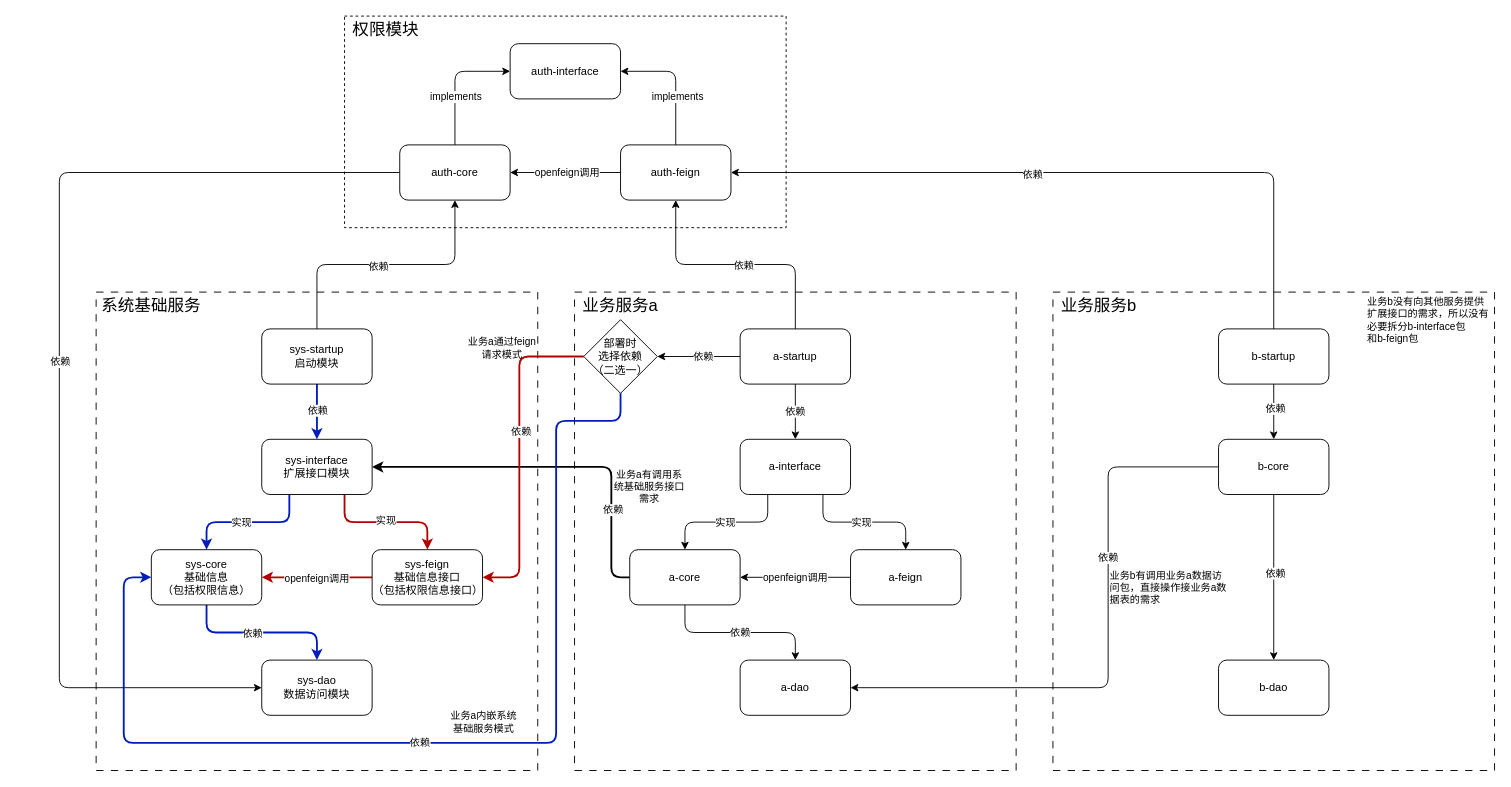
This is 服务模块设计/模块设计图.drawio from codeyunze/drawio, a draw.io file, before an edit. Source tidied: cells renumbered, new cells numbered last; positions are measured from the earlier drawing's top-left corner, leaving out a move shared by most shapes. Both pictures are drawn from the tidied source at 92%, with x=0, y=0 at pixel (59, 16).
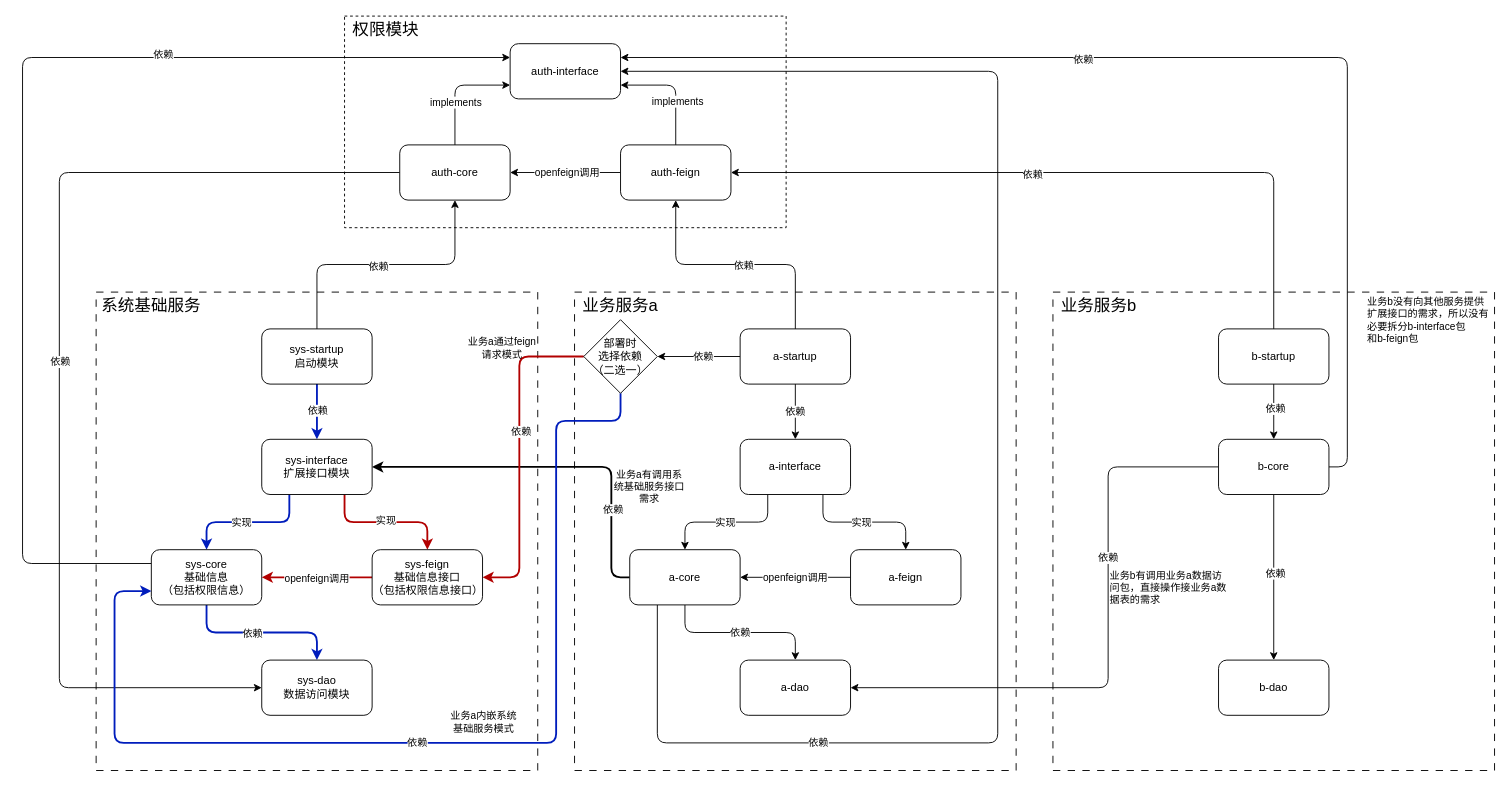
After the change.

Commit message:
更新模块设计图.drawio

Unchanged cells that the change refers to:
```xml
<mxCell id="6" value="&lt;span style=&quot;background-color: transparent; color: light-dark(rgb(0, 0, 0), rgb(255, 255, 255));&quot;&gt;auth-interface&lt;/span&gt;" style="rounded=1;whiteSpace=wrap;html=1;" parent="1" vertex="1">
  <mxGeometry x="490" y="30" width="120" height="60" as="geometry" />
</mxCell>
<mxCell id="11" value="&lt;span style=&quot;background-color: transparent; color: light-dark(rgb(0, 0, 0), rgb(255, 255, 255));&quot;&gt;auth-core&lt;/span&gt;" style="rounded=1;whiteSpace=wrap;html=1;" parent="1" vertex="1">
  <mxGeometry x="370" y="140" width="120" height="60" as="geometry" />
</mxCell>
<mxCell id="16" value="&lt;span style=&quot;background-color: transparent; color: light-dark(rgb(0, 0, 0), rgb(255, 255, 255));&quot;&gt;auth-feign&lt;/span&gt;" style="rounded=1;whiteSpace=wrap;html=1;" parent="1" vertex="1">
  <mxGeometry x="610" y="140" width="120" height="60" as="geometry" />
</mxCell>
<mxCell id="38" value="&lt;span style=&quot;background-color: transparent; color: light-dark(rgb(0, 0, 0), rgb(255, 255, 255));&quot;&gt;a-core&lt;/span&gt;" style="rounded=1;whiteSpace=wrap;html=1;" parent="1" vertex="1">
  <mxGeometry x="620" y="580" width="120" height="60" as="geometry" />
</mxCell>
<mxCell id="59" value="&lt;span style=&quot;background-color: transparent; color: light-dark(rgb(0, 0, 0), rgb(255, 255, 255));&quot;&gt;b-core&lt;/span&gt;" style="rounded=1;whiteSpace=wrap;html=1;" parent="1" vertex="1">
  <mxGeometry x="1260" y="460" width="120" height="60" as="geometry" />
</mxCell>
<mxCell id="63" value="sys&lt;span style=&quot;color: light-dark(rgb(0, 0, 0), rgb(255, 255, 255)); background-color: transparent;&quot;&gt;-core&lt;br&gt;&lt;/span&gt;&lt;span style=&quot;color: light-dark(rgb(0, 0, 0), rgb(255, 255, 255)); background-color: transparent;&quot;&gt;基础信息&lt;/span&gt;&lt;div&gt;&lt;span style=&quot;color: light-dark(rgb(0, 0, 0), rgb(255, 255, 255)); background-color: transparent;&quot;&gt;（包括权限信息）&lt;/span&gt;&lt;/div&gt;" style="rounded=1;whiteSpace=wrap;html=1;" parent="1" vertex="1">
  <mxGeometry x="100" y="580" width="120" height="60" as="geometry" />
</mxCell>
<mxCell id="73" value="部署时&lt;div&gt;选择&lt;span style=&quot;background-color: transparent; color: light-dark(rgb(0, 0, 0), rgb(255, 255, 255));&quot;&gt;依赖&lt;/span&gt;&lt;/div&gt;&lt;div&gt;&lt;span style=&quot;background-color: transparent; color: light-dark(rgb(0, 0, 0), rgb(255, 255, 255));&quot;&gt;（二选一）&lt;/span&gt;&lt;/div&gt;" style="rhombus;whiteSpace=wrap;html=1;" parent="1" vertex="1">
  <mxGeometry x="570" y="330" width="80" height="80" as="geometry" />
</mxCell>
```

Diff of the diagram source:
```diff
@@
-    <mxCell id="7" style="edgeStyle=orthogonalEdgeStyle;rounded=1;jettySize=auto;html=1;exitX=0.5;exitY=0;exitDx=0;exitDy=0;entryX=0;entryY=0.5;entryDx=0;entryDy=0;curved=0;" parent="1" edge="1" source="11" target="6">
+    <mxCell id="7" style="edgeStyle=orthogonalEdgeStyle;rounded=1;jettySize=auto;html=1;exitX=0.5;exitY=0;exitDx=0;exitDy=0;entryX=0;entryY=0.75;entryDx=0;entryDy=0;curved=0;" parent="1" edge="1" source="11" target="6">
       <mxGeometry relative="1" as="geometry" />
     </mxCell>
@@
-    <mxCell id="12" style="edgeStyle=orthogonalEdgeStyle;rounded=1;jettySize=auto;html=1;exitX=0.5;exitY=0;exitDx=0;exitDy=0;entryX=1;entryY=0.5;entryDx=0;entryDy=0;curved=0;" parent="1" edge="1" source="16" target="6">
+    <mxCell id="12" style="edgeStyle=orthogonalEdgeStyle;rounded=1;jettySize=auto;html=1;exitX=0.5;exitY=0;exitDx=0;exitDy=0;entryX=1;entryY=0.75;entryDx=0;entryDy=0;curved=0;" parent="1" edge="1" source="16" target="6">
       <mxGeometry relative="1" as="geometry" />
     </mxCell>
@@
+    <mxCell id="79" style="edgeStyle=orthogonalEdgeStyle;rounded=1;jettySize=auto;html=1;exitX=0.25;exitY=1;exitDx=0;exitDy=0;entryX=1;entryY=0.5;entryDx=0;entryDy=0;curved=0;" parent="1" edge="1" source="38" target="6">
+      <mxGeometry relative="1" as="geometry">
+        <Array as="points">
+          <mxPoint x="650" y="790" />
+          <mxPoint x="1020" y="790" />
+          <mxPoint x="1020" y="60" />
+        </Array>
+      </mxGeometry>
+    </mxCell>
+    <mxCell id="80" value="依赖" style="edgeLabel;html=1;align=center;verticalAlign=middle;" parent="79" vertex="1">
+      <mxGeometry x="-0.61" y="1" relative="1" as="geometry" />
+    </mxCell>
@@
+    <mxCell id="81" style="edgeStyle=orthogonalEdgeStyle;rounded=1;jettySize=auto;html=1;exitX=1;exitY=0.5;exitDx=0;exitDy=0;entryX=1;entryY=0.25;entryDx=0;entryDy=0;curved=0;" parent="1" edge="1" source="59" target="6">
+      <mxGeometry relative="1" as="geometry" />
+    </mxCell>
+    <mxCell id="82" value="依赖" style="edgeLabel;html=1;align=center;verticalAlign=middle;" parent="81" vertex="1">
+      <mxGeometry x="0.2" y="2" relative="1" as="geometry" />
+    </mxCell>
@@
+    <mxCell id="83" style="edgeStyle=orthogonalEdgeStyle;rounded=1;jettySize=auto;html=1;exitX=0;exitY=0.25;exitDx=0;exitDy=0;entryX=0;entryY=0.25;entryDx=0;entryDy=0;curved=0;" parent="1" edge="1" source="63" target="6">
+      <mxGeometry relative="1" as="geometry">
+        <Array as="points">
+          <mxPoint x="-40" y="595" />
+          <mxPoint x="-40" y="45" />
+        </Array>
+      </mxGeometry>
+    </mxCell>
+    <mxCell id="84" value="依赖" style="edgeLabel;html=1;align=center;verticalAlign=middle;" parent="83" vertex="1">
+      <mxGeometry x="0.38" y="3" relative="1" as="geometry" />
+    </mxCell>
@@
-    <mxCell id="71" style="edgeStyle=orthogonalEdgeStyle;rounded=1;jettySize=auto;html=1;exitX=0.5;exitY=1;exitDx=0;exitDy=0;entryX=0;entryY=0.5;entryDx=0;entryDy=0;curved=0;strokeWidth=2;fillColor=#0050ef;strokeColor=#001DBC;" parent="1" edge="1" source="73" target="63">
+    <mxCell id="71" style="edgeStyle=orthogonalEdgeStyle;rounded=1;jettySize=auto;html=1;exitX=0.5;exitY=1;exitDx=0;exitDy=0;entryX=0;entryY=0.75;entryDx=0;entryDy=0;curved=0;strokeWidth=2;fillColor=#0050ef;strokeColor=#001DBC;" parent="1" edge="1" source="73" target="63">
       <mxGeometry relative="1" as="geometry">
         <Array as="points">
           <mxPoint x="610" y="440" />
           <mxPoint x="540" y="440" />
           <mxPoint x="540" y="790" />
-          <mxPoint x="70" y="790" />
-          <mxPoint x="70" y="610" />
+          <mxPoint x="60" y="790" />
+          <mxPoint x="60" y="625" />
         </Array>
       </mxGeometry>
     </mxCell>
```
